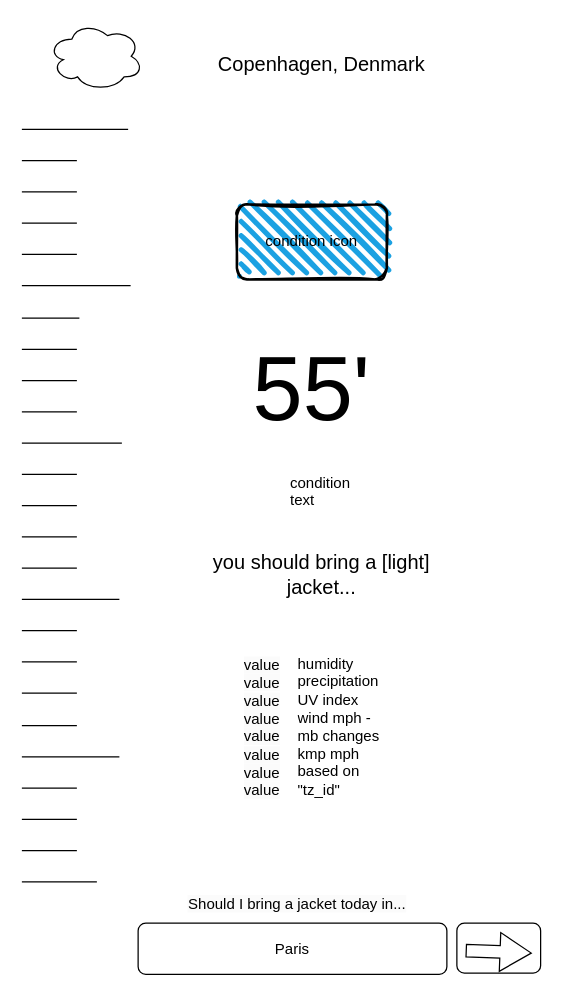
lanewells/u1_lab_weather-api keeps this draw.io diagram as Weather_App.drawio. Above is the earlier version. Source tidied: cells renumbered, new cells numbered last; positions are measured from the earlier drawing's top-left corner, leaving out a move shared by most shapes. Both pictures are drawn from the tidied source at 125%, with x=0, y=0 at pixel (21, 21).
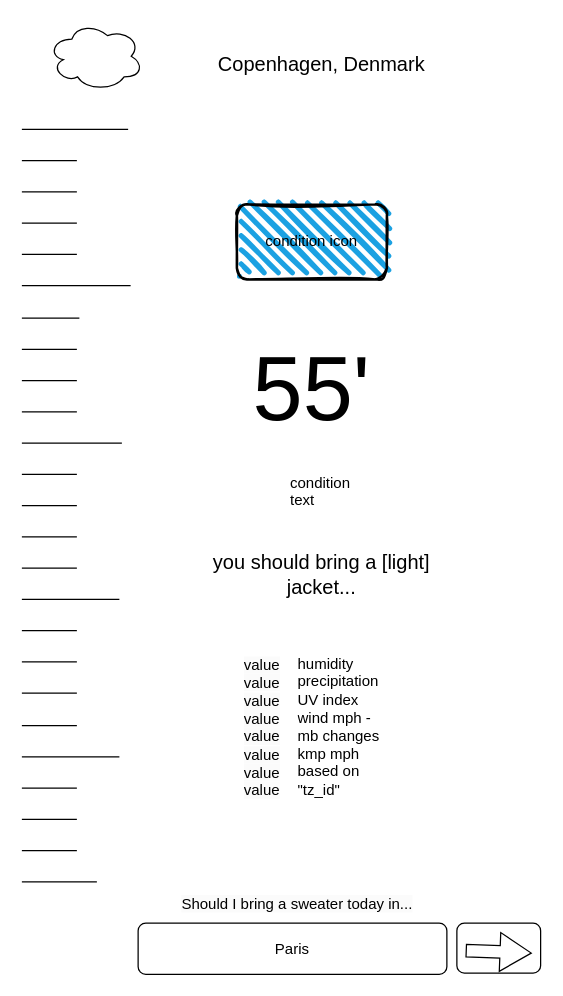
Above is the later version.

The edit, as a diff of the source:
```diff
@@
-    <mxCell id="36" value="&lt;span style=&quot;color: rgb(0, 0, 0); font-family: Helvetica; font-size: 12px; font-style: normal; font-variant-ligatures: normal; font-variant-caps: normal; font-weight: 400; letter-spacing: normal; orphans: 2; text-align: center; text-indent: 0px; text-transform: none; widows: 2; word-spacing: 0px; -webkit-text-stroke-width: 0px; white-space: normal; background-color: rgb(251, 251, 251); text-decoration-thickness: initial; text-decoration-style: initial; text-decoration-color: initial; display: inline !important; float: none;&quot;&gt;Should I bring a jacket today in...&lt;/span&gt;" style="text;html=1;align=center;verticalAlign=middle;whiteSpace=wrap;rounded=0;fontSize=16;" parent="1" vertex="1">
+    <mxCell id="36" value="&lt;span style=&quot;color: rgb(0, 0, 0); font-family: Helvetica; font-size: 12px; font-style: normal; font-variant-ligatures: normal; font-variant-caps: normal; font-weight: 400; letter-spacing: normal; orphans: 2; text-align: center; text-indent: 0px; text-transform: none; widows: 2; word-spacing: 0px; -webkit-text-stroke-width: 0px; white-space: normal; background-color: rgb(251, 251, 251); text-decoration-thickness: initial; text-decoration-style: initial; text-decoration-color: initial; display: inline !important; float: none;&quot;&gt;Should I bring a sweater today in...&lt;/span&gt;" style="text;html=1;align=center;verticalAlign=middle;whiteSpace=wrap;rounded=0;fontSize=16;" parent="1" vertex="1">
       <mxGeometry x="114" y="689" width="213" height="30" as="geometry" />
     </mxCell>
```
